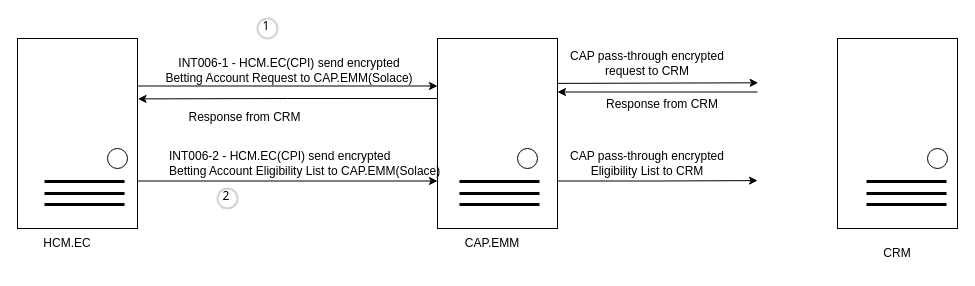
wsxad234/flowchart keeps this draw.io diagram as page "CRM" (6 of 10) of Untitled Diagram.drawio. Above is the earlier version. Source tidied: cells renumbered, new cells numbered last; positions are measured from the earlier drawing's top-left corner, leaving out a move shared by most shapes. Both pictures are drawn from the tidied source at 100%, with x=0, y=0 at pixel (17, 18).
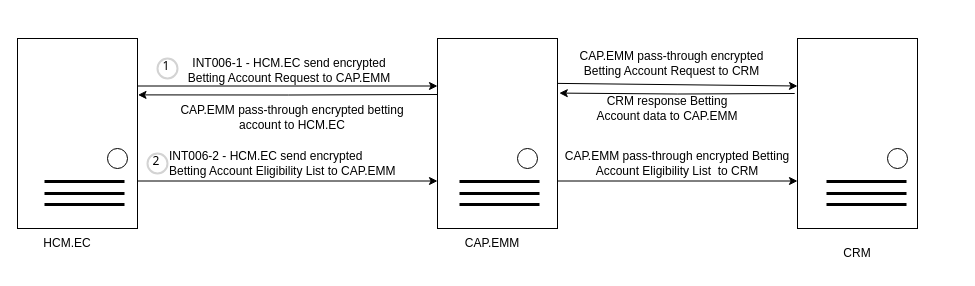
Above is the later version.

Unchanged cells that the change refers to:
```xml
<mxCell id="9" style="rounded=0;whiteSpace=wrap;html=1;" parent="8" vertex="1">
  <mxGeometry width="120" height="190" as="geometry" />
</mxCell>
<mxCell id="15" style="group;" parent="1" vertex="1">
  <mxGeometry x="420" y="20" width="120" height="220" as="geometry" />
</mxCell>
<mxCell id="17" style="rounded=0;whiteSpace=wrap;html=1;" parent="15" vertex="1">
  <mxGeometry width="120" height="190" as="geometry" />
</mxCell>
<mxCell id="24" style="rounded=0;whiteSpace=wrap;html=1;" parent="23" vertex="1">
  <mxGeometry width="120" height="190" as="geometry" />
</mxCell>
```

Diff of the diagram source:
```diff
@@
-    <mxCell id="2" style="edgeStyle=orthogonalEdgeStyle;rounded=0;jettySize=auto;html=1;entryX=1.004;entryY=0.318;entryDx=0;entryDy=0;exitX=0;exitY=0.316;exitDx=0;exitDy=0;exitPerimeter=0;entryPerimeter=0;" parent="1" edge="1" source="17" target="24">
-      <mxGeometry relative="1" as="geometry" />
+    <mxCell id="2" style="edgeStyle=orthogonalEdgeStyle;rounded=0;orthogonalLoop=1;jettySize=auto;html=1;entryX=1.004;entryY=0.318;entryDx=0;entryDy=0;exitX=0;exitY=0.316;exitDx=0;exitDy=0;exitPerimeter=0;entryPerimeter=0;" parent="1" edge="1">
+      <mxGeometry relative="1" as="geometry">
+        <mxPoint x="420" y="76" as="sourcePoint" />
+        <mxPoint x="120.5" y="76.4" as="targetPoint" />
+      </mxGeometry>
     </mxCell>
-    <mxCell id="3" style="edgeStyle=orthogonalEdgeStyle;rounded=0;orthogonalLoop=1;jettySize=auto;html=1;exitX=0;exitY=0.25;exitDx=0;exitDy=0;entryX=1;entryY=0.25;entryDx=0;entryDy=0;" parent="1" edge="1">
-      <mxGeometry relative="1" as="geometry">
-        <mxPoint x="740" y="73.5" as="sourcePoint" />
-        <mxPoint x="540" y="73.5" as="targetPoint" />
-      </mxGeometry>
-    </mxCell>
-    <mxCell id="4" value="Response from CRM" style="text;html=1;strokeColor=none;fillColor=none;align=center;verticalAlign=middle;whiteSpace=wrap;rounded=0;" parent="1" vertex="1">
-      <mxGeometry x="150" y="91" width="155" height="16" as="geometry" />
+    <mxCell id="4" value="CAP.EMM pass-through encrypted betting account to HCM.EC" style="text;html=1;strokeColor=none;fillColor=none;align=center;verticalAlign=middle;whiteSpace=wrap;rounded=0;" parent="1" vertex="1">
+      <mxGeometry x="150" y="91" width="250" height="16" as="geometry" />
     </mxCell>
-    <mxCell id="5" value="CAP pass-through encrypted request to CRM" style="text;html=1;strokeColor=none;fillColor=none;align=center;verticalAlign=middle;whiteSpace=wrap;rounded=0;" parent="1" vertex="1">
-      <mxGeometry x="540" y="30" width="180" height="30" as="geometry" />
+    <mxCell id="5" value="CAP.EMM pass-through encrypted Betting Account Request&amp;nbsp;to CRM" style="text;html=1;strokeColor=none;fillColor=none;align=center;verticalAlign=middle;whiteSpace=wrap;rounded=0;" parent="1" vertex="1">
+      <mxGeometry x="549" y="30" width="211" height="30" as="geometry" />
     </mxCell>
-    <mxCell id="6" value="&lt;br&gt;&lt;table style=&quot;border-collapse:&lt;br/&gt; collapse;width:305pt&quot; width=&quot;406&quot; cellspacing=&quot;0&quot; cellpadding=&quot;0&quot; border=&quot;0&quot;&gt;&lt;tbody&gt;&lt;tr style=&quot;height:14.4pt&quot; height=&quot;19&quot;&gt;  &lt;td style=&quot;height:14.4pt;width:305pt&quot; width=&quot;406&quot; height=&quot;19&quot;&gt;INT006-1 - HCM.EC(CPI) send encrypted&lt;br&gt;  Betting Account Request to CAP.EMM(Solace)&lt;/td&gt;&lt;/tr&gt;&lt;/tbody&gt;&lt;/table&gt;" style="text;html=1;strokeColor=none;fillColor=none;align=center;verticalAlign=middle;whiteSpace=wrap;rounded=0;" parent="1" vertex="1">
+    <mxCell id="6" value="&lt;br&gt;&lt;table style=&quot;border-collapse:&lt;br/&gt; collapse;width:305pt&quot; width=&quot;406&quot; cellspacing=&quot;0&quot; cellpadding=&quot;0&quot; border=&quot;0&quot;&gt;&lt;tbody&gt;&lt;tr style=&quot;height:14.4pt&quot; height=&quot;19&quot;&gt;  &lt;td style=&quot;height:14.4pt;width:305pt&quot; width=&quot;406&quot; height=&quot;19&quot;&gt;INT006-1 - HCM.EC send encrypted&lt;br&gt;  Betting Account Request to CAP.EMM&lt;/td&gt;&lt;/tr&gt;&lt;/tbody&gt;&lt;/table&gt;" style="text;html=1;strokeColor=none;fillColor=none;align=center;verticalAlign=middle;whiteSpace=wrap;rounded=0;" parent="1" vertex="1">
       <mxGeometry x="152" y="30" width="240" height="30" as="geometry" />
     </mxCell>
-    <mxCell id="7" style="endArrow=classic;html=1;rounded=0;entryX=0.006;entryY=0.312;entryDx=0;entryDy=0;entryPerimeter=0;exitX=1.002;exitY=0.315;exitDx=0;exitDy=0;exitPerimeter=0;" parent="1" edge="1">
+    <mxCell id="7" style="endArrow=classic;html=1;rounded=0;entryX=0;entryY=0.25;entryDx=0;entryDy=0;exitX=1.002;exitY=0.315;exitDx=0;exitDy=0;exitPerimeter=0;" parent="1" edge="1" target="9">
       <mxGeometry relative="1" as="geometry">
         <mxPoint x="540.2" y="64.9" as="sourcePoint" />
-        <mxPoint x="740.7" y="64.3" as="targetPoint" />
       </mxGeometry>
     </mxCell>
     <mxCell id="8" style="group;" parent="1" vertex="1">
-      <mxGeometry x="820" y="20" width="120" height="230" as="geometry" />
+      <mxGeometry x="780" y="20" width="120" height="230" as="geometry" />
     </mxCell>
@@
-    <mxCell id="16" style="edgeStyle=orthogonalEdgeStyle;rounded=0;jettySize=auto;html=1;exitX=1;exitY=0.75;exitDx=0;exitDy=0;" parent="15" edge="1" source="17">
-      <mxGeometry relative="1" as="geometry">
-        <mxPoint x="320" y="142.1" as="targetPoint" />
-      </mxGeometry>
-    </mxCell>
@@
-    <mxCell id="30" value="Response from CRM" style="text;html=1;strokeColor=none;fillColor=none;align=center;verticalAlign=middle;whiteSpace=wrap;rounded=0;" parent="1" vertex="1">
-      <mxGeometry x="570" y="76" width="150" height="20" as="geometry" />
+    <mxCell id="30" value="CRM response Betting Account data to CAP.EMM" style="text;html=1;strokeColor=none;fillColor=none;align=center;verticalAlign=middle;whiteSpace=wrap;rounded=0;" parent="1" vertex="1">
+      <mxGeometry x="570" y="80" width="160" height="20" as="geometry" />
     </mxCell>
@@
     <mxCell id="32" value="2" style="ellipse;whiteSpace=wrap;html=1;strokeWidth=2;fontFamily=Tahoma;spacingBottom=4;spacingRight=2;strokeColor=#d3d3d3;" parent="1" vertex="1">
-      <mxGeometry x="200" y="170" width="20" height="20" as="geometry" />
+      <mxGeometry x="130" y="135" width="20" height="20" as="geometry" />
     </mxCell>
     <mxCell id="33" value="1" style="ellipse;whiteSpace=wrap;html=1;strokeWidth=2;fontFamily=Tahoma;spacingBottom=4;spacingRight=2;strokeColor=#d3d3d3;" parent="1" vertex="1">
-      <mxGeometry x="240" width="20" height="20" as="geometry" />
+      <mxGeometry x="140" y="40" width="20" height="20" as="geometry" />
     </mxCell>
-    <mxCell id="34" value="&lt;br&gt;&lt;table border=&quot;0&quot; cellpadding=&quot;0&quot; cellspacing=&quot;0&quot; width=&quot;406&quot; style=&quot;border-collapse:&lt;br/&gt; collapse;width:305pt&quot;&gt; &lt;colgroup&gt;&lt;col width=&quot;406&quot; style=&quot;mso-width-source:userset;mso-width-alt:14449;width:305pt&quot;&gt;&lt;/colgroup&gt; &lt;tbody&gt;&lt;tr height=&quot;19&quot; style=&quot;height:14.4pt&quot;&gt;  &lt;td height=&quot;19&quot; width=&quot;406&quot; style=&quot;height:14.4pt;width:305pt&quot;&gt;INT006-2 - HCM.EC(CPI) send encrypted&lt;br&gt;  Betting Account Eligibility List to CAP.EMM(Solace)&lt;/td&gt; &lt;/tr&gt;&lt;/tbody&gt;&lt;/table&gt;" style="text;whiteSpace=wrap;html=1;" parent="1" vertex="1">
+    <mxCell id="34" value="&lt;br&gt;&lt;table border=&quot;0&quot; cellpadding=&quot;0&quot; cellspacing=&quot;0&quot; width=&quot;406&quot; style=&quot;border-collapse:&lt;br/&gt; collapse;width:305pt&quot;&gt; &lt;colgroup&gt;&lt;col width=&quot;406&quot; style=&quot;mso-width-source:userset;mso-width-alt:14449;width:305pt&quot;&gt;&lt;/colgroup&gt; &lt;tbody&gt;&lt;tr height=&quot;19&quot; style=&quot;height:14.4pt&quot;&gt;  &lt;td height=&quot;19&quot; width=&quot;406&quot; style=&quot;height:14.4pt;width:305pt&quot;&gt;INT006-2 - HCM.EC send encrypted&lt;br&gt;  Betting Account Eligibility List to CAP.EMM&lt;/td&gt; &lt;/tr&gt;&lt;/tbody&gt;&lt;/table&gt;" style="text;whiteSpace=wrap;html=1;" parent="1" vertex="1">
       <mxGeometry x="150" y="110" width="180" height="60" as="geometry" />
     </mxCell>
-    <mxCell id="35" value="CAP pass-through encrypted Eligibility List to CRM" style="text;html=1;strokeColor=none;fillColor=none;align=center;verticalAlign=middle;whiteSpace=wrap;rounded=0;" parent="1" vertex="1">
-      <mxGeometry x="540" y="130" width="180" height="30" as="geometry" />
+    <mxCell id="35" value="CAP.EMM pass-through encrypted&amp;nbsp;Betting Account Eligibility List&amp;nbsp;&amp;nbsp;to CRM" style="text;html=1;strokeColor=none;fillColor=none;align=center;verticalAlign=middle;whiteSpace=wrap;rounded=0;" parent="1" vertex="1">
+      <mxGeometry x="540" y="130" width="240" height="30" as="geometry" />
     </mxCell>
@@
+    <mxCell id="16" style="edgeStyle=orthogonalEdgeStyle;rounded=0;jettySize=auto;html=1;exitX=1;exitY=0.75;exitDx=0;exitDy=0;entryX=0;entryY=0.75;entryDx=0;entryDy=0;" parent="1" edge="1" source="17" target="9">
+      <mxGeometry relative="1" as="geometry" />
+    </mxCell>
+    <mxCell id="37" style="edgeStyle=orthogonalEdgeStyle;rounded=0;orthogonalLoop=1;jettySize=auto;html=1;entryX=1.023;entryY=0.319;entryDx=0;entryDy=0;entryPerimeter=0;exitX=-0.015;exitY=0.321;exitDx=0;exitDy=0;exitPerimeter=0;" parent="1" edge="1">
+      <mxGeometry relative="1" as="geometry">
+        <mxPoint x="777.2" y="75" as="sourcePoint" />
+        <mxPoint x="541.8" y="74.6" as="targetPoint" />
+      </mxGeometry>
+    </mxCell>
```
